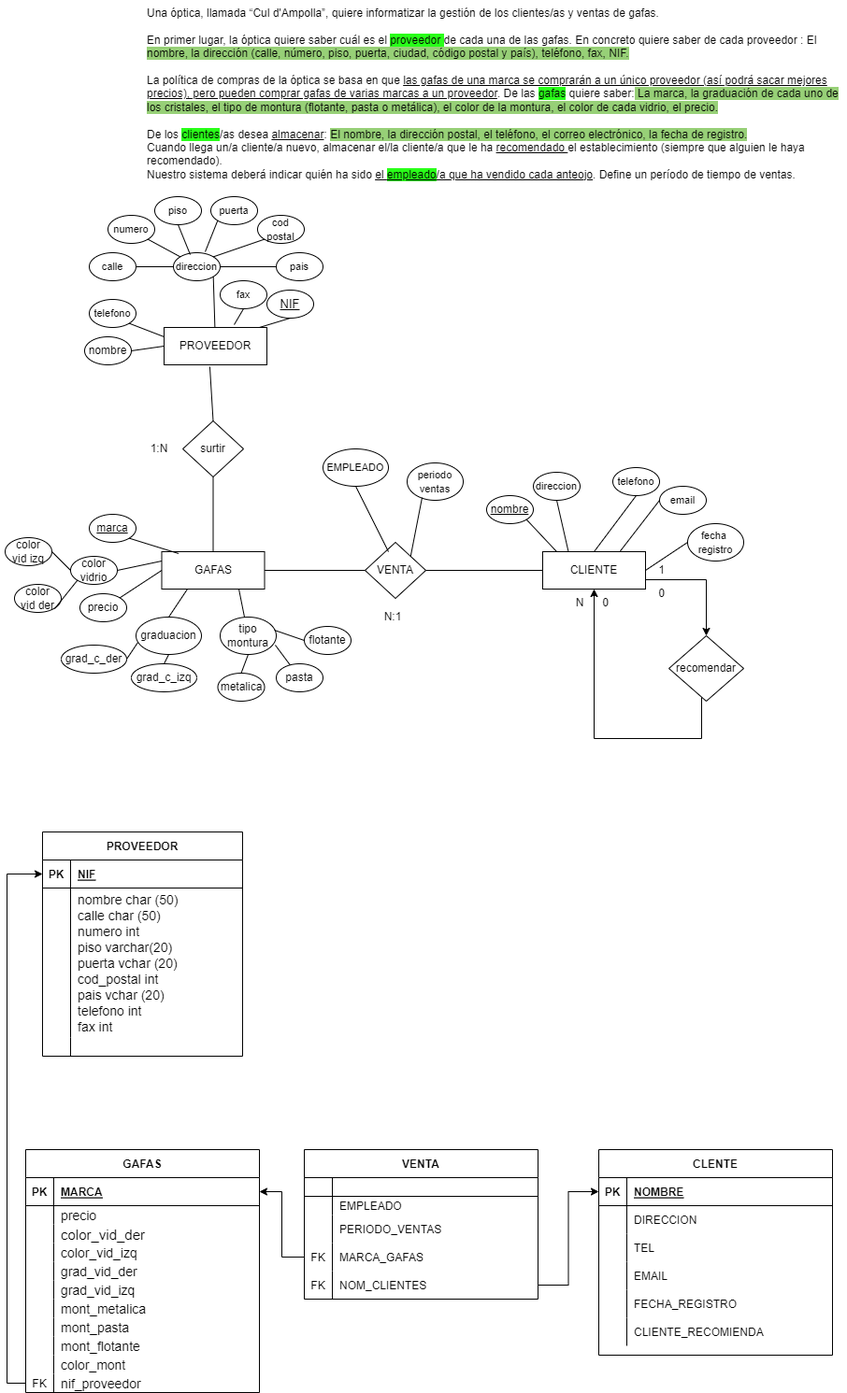
Above: optica.png in Mijavol/MODELO-ENTIDACD (draw.io), before the change. Source tidied: cells renumbered, new cells last; positions are measured from the earlier drawing's top-left corner, leaving out a move shared by most shapes.
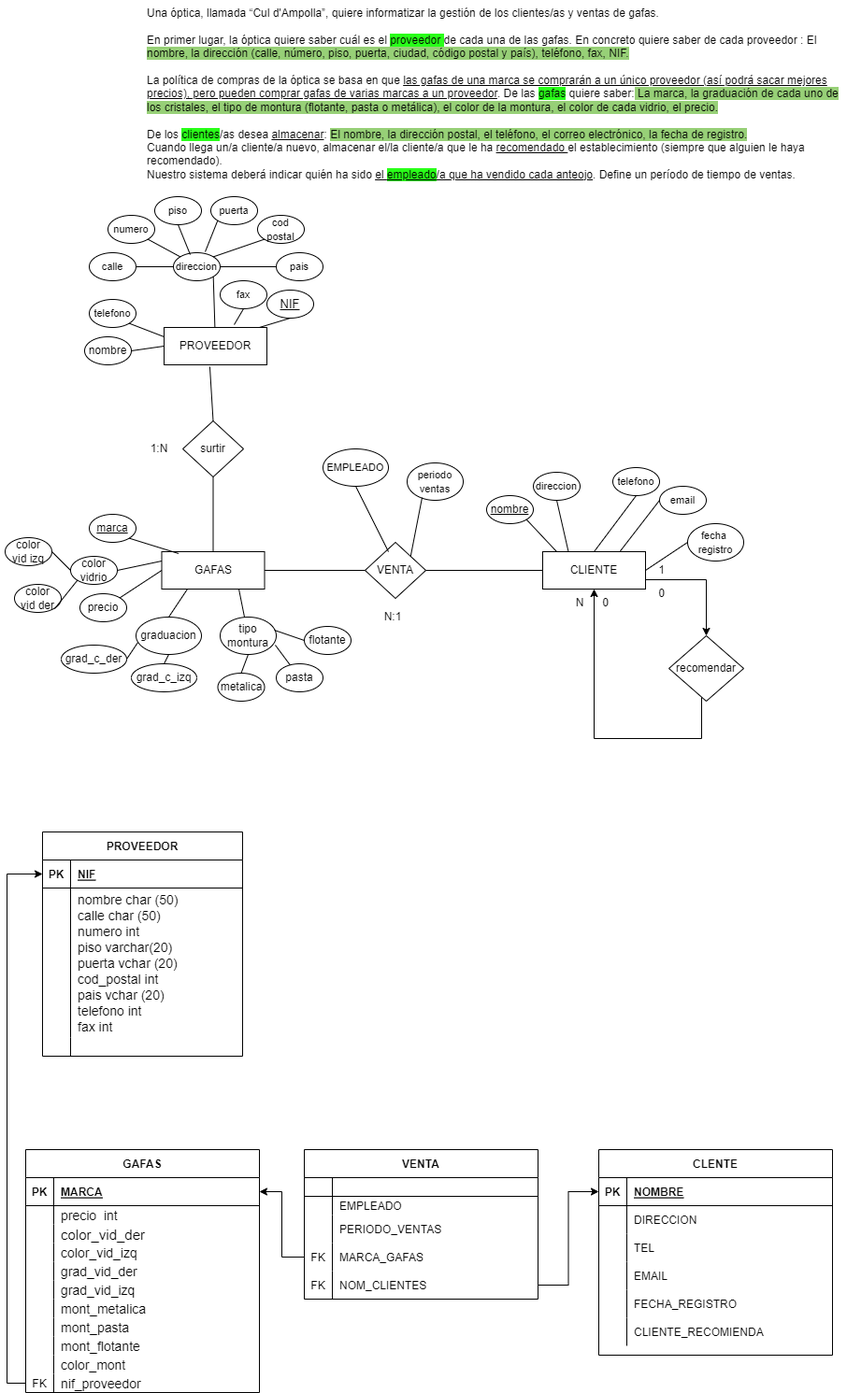
The same file after the commit.

Commit message:
corregir errores

What changed in the source:
```diff
@@ -20,7 +20,7 @@
     <mxCell id="7" style="shape=partialRectangle;overflow=hidden;fillColor=none;top=0;left=0;bottom=0;right=0;" parent="6" vertex="1">
       <mxGeometry width="30" height="20" as="geometry" />
     </mxCell>
-    <mxCell id="8" value="precio" style="shape=partialRectangle;overflow=hidden;fillColor=none;top=0;left=0;bottom=0;right=0;align=left;spacingLeft=6;fontSize=14;" parent="6" vertex="1">
+    <mxCell id="8" value="precio  int    " style="shape=partialRectangle;overflow=hidden;fillColor=none;top=0;left=0;bottom=0;right=0;align=left;spacingLeft=6;fontSize=14;" parent="6" vertex="1">
       <mxGeometry x="30" width="220" height="20" as="geometry" />
     </mxCell>
     <mxCell id="9" style="shape=partialRectangle;fillColor=none;top=0;left=0;right=0;bottom=0;" parent="2" vertex="1">
```
